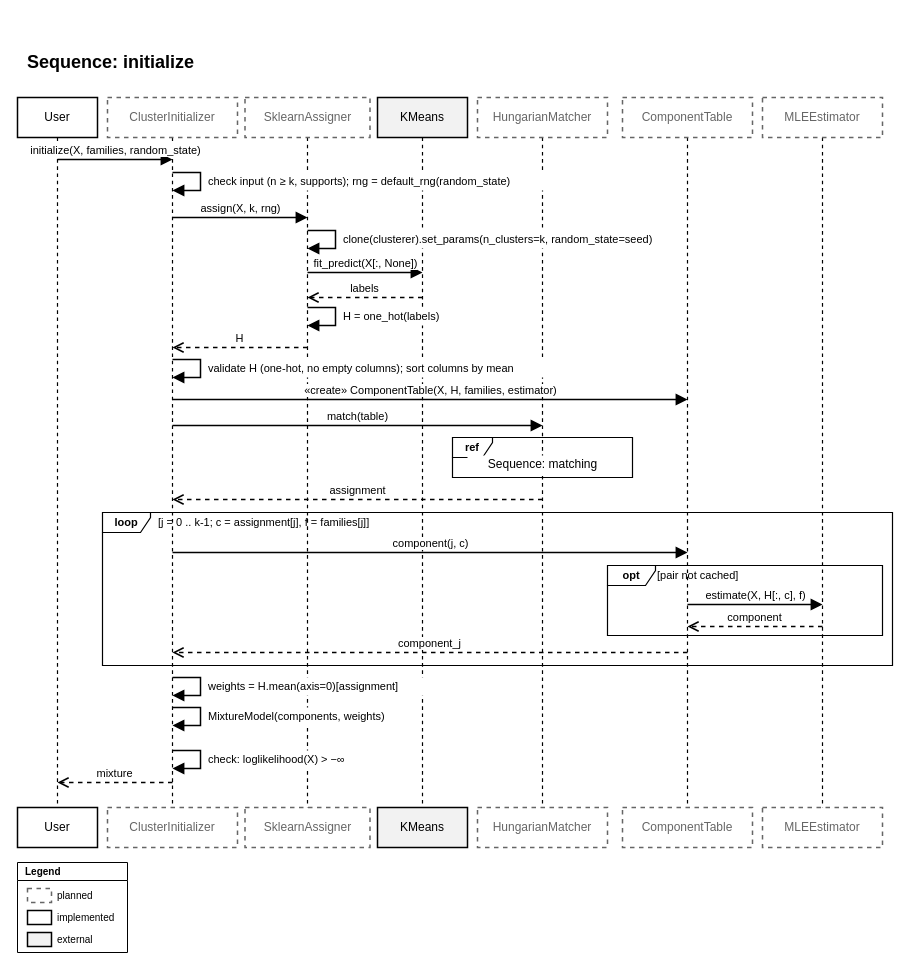
The draw.io diagram page "Sequence: initialize" (2 of 3) of docs/source/design/modules/initializers/diagrams/initializers.drawio in PySATL/pysatl-mpest, before the edit. Source tidied: cells renumbered, new cells numbered last; positions are measured from the earlier drawing's top-left corner, leaving out a move shared by most shapes. Both pictures are drawn from the tidied source at 100%, with x=0, y=0 at pixel (17, 47).
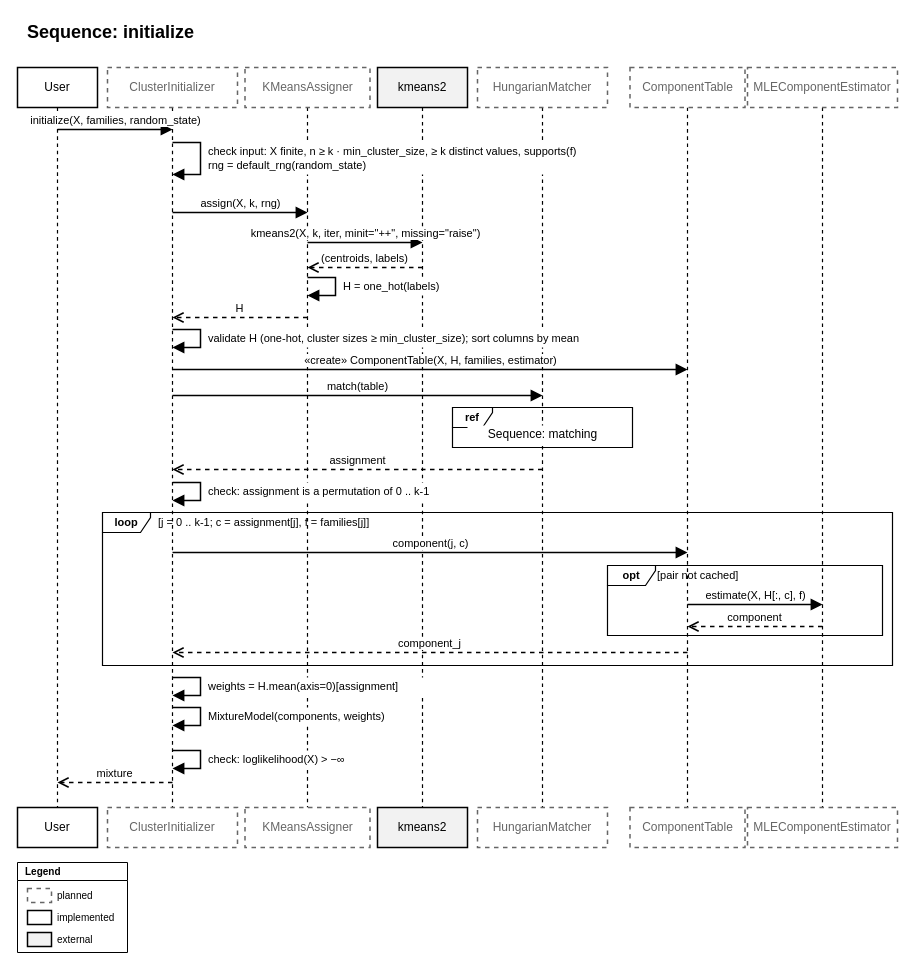
The same diagram, later.

The edit, as a diff of the source:
```diff
@@
     <mxCell id="2" value="Sequence: initialize" style="text;html=1;align=left;verticalAlign=top;whiteSpace=wrap;spacing=0;fontSize=18;fontStyle=1;fontFamily=Helvetica;fontColor=#000000;" parent="1" vertex="1">
-      <mxGeometry x="10" width="860" height="24" as="geometry" />
+      <mxGeometry x="10" y="-30" width="860" height="24" as="geometry" />
     </mxCell>
     <mxCell id="3" style="html=1;rounded=0;dashed=1;endArrow=none;strokeColor=#000000;strokeWidth=1.2;" parent="1" edge="1">
       <mxGeometry relative="1" as="geometry">
-        <mxPoint x="40" y="90" as="sourcePoint" />
+        <mxPoint x="40" y="60" as="sourcePoint" />
         <mxPoint x="40" y="760" as="targetPoint" />
       </mxGeometry>
     </mxCell>
     <mxCell id="4" value="User" style="rounded=0;whiteSpace=wrap;html=1;fillColor=#ffffff;strokeColor=#000000;strokeWidth=1.5;fontSize=12;fontFamily=Helvetica;fontColor=#000000;" parent="1" vertex="1">
-      <mxGeometry y="50" width="80" height="40" as="geometry" />
+      <mxGeometry y="20" width="80" height="40" as="geometry" />
     </mxCell>
@@
     <mxCell id="6" style="html=1;rounded=0;dashed=1;endArrow=none;strokeColor=#000000;strokeWidth=1.2;" parent="1" edge="1">
       <mxGeometry relative="1" as="geometry">
-        <mxPoint x="155" y="90" as="sourcePoint" />
+        <mxPoint x="155" y="60" as="sourcePoint" />
         <mxPoint x="155" y="760" as="targetPoint" />
       </mxGeometry>
     </mxCell>
     <mxCell id="7" value="ClusterInitializer" style="rounded=0;whiteSpace=wrap;html=1;fillColor=#ffffff;strokeColor=#666666;strokeWidth=1.5;fontSize=12;fontFamily=Helvetica;fontColor=#666666;dashed=1;" parent="1" vertex="1">
-      <mxGeometry x="90" y="50" width="130" height="40" as="geometry" />
+      <mxGeometry x="90" y="20" width="130" height="40" as="geometry" />
     </mxCell>
@@
     <mxCell id="9" style="html=1;rounded=0;dashed=1;endArrow=none;strokeColor=#000000;strokeWidth=1.2;" parent="1" edge="1">
       <mxGeometry relative="1" as="geometry">
-        <mxPoint x="290" y="90" as="sourcePoint" />
+        <mxPoint x="290" y="60" as="sourcePoint" />
         <mxPoint x="290" y="760" as="targetPoint" />
       </mxGeometry>
     </mxCell>
-    <mxCell id="10" value="SklearnAssigner" style="rounded=0;whiteSpace=wrap;html=1;fillColor=#ffffff;strokeColor=#666666;strokeWidth=1.5;fontSize=12;fontFamily=Helvetica;fontColor=#666666;dashed=1;" parent="1" vertex="1">
-      <mxGeometry x="227.5" y="50" width="125" height="40" as="geometry" />
+    <mxCell id="10" value="KMeansAssigner" style="rounded=0;whiteSpace=wrap;html=1;fillColor=#ffffff;strokeColor=#666666;strokeWidth=1.5;fontSize=12;fontFamily=Helvetica;fontColor=#666666;dashed=1;" parent="1" vertex="1">
+      <mxGeometry x="227.5" y="20" width="125" height="40" as="geometry" />
     </mxCell>
-    <mxCell id="11" value="SklearnAssigner" style="rounded=0;whiteSpace=wrap;html=1;fillColor=#ffffff;strokeColor=#666666;strokeWidth=1.5;fontSize=12;fontFamily=Helvetica;fontColor=#666666;dashed=1;" parent="1" vertex="1">
+    <mxCell id="11" value="KMeansAssigner" style="rounded=0;whiteSpace=wrap;html=1;fillColor=#ffffff;strokeColor=#666666;strokeWidth=1.5;fontSize=12;fontFamily=Helvetica;fontColor=#666666;dashed=1;" parent="1" vertex="1">
       <mxGeometry x="227.5" y="760" width="125" height="40" as="geometry" />
     </mxCell>
     <mxCell id="12" style="html=1;rounded=0;dashed=1;endArrow=none;strokeColor=#000000;strokeWidth=1.2;" parent="1" edge="1">
       <mxGeometry relative="1" as="geometry">
-        <mxPoint x="405" y="90" as="sourcePoint" />
+        <mxPoint x="405" y="60" as="sourcePoint" />
         <mxPoint x="405" y="760" as="targetPoint" />
       </mxGeometry>
     </mxCell>
-    <mxCell id="13" value="KMeans" style="rounded=0;whiteSpace=wrap;html=1;fillColor=#F2F2F2;strokeColor=#000000;strokeWidth=1.5;fontSize=12;fontFamily=Helvetica;fontColor=#000000;" parent="1" vertex="1">
-      <mxGeometry x="360" y="50" width="90" height="40" as="geometry" />
+    <mxCell id="13" value="kmeans2" style="rounded=0;whiteSpace=wrap;html=1;fillColor=#F2F2F2;strokeColor=#000000;strokeWidth=1.5;fontSize=12;fontFamily=Helvetica;fontColor=#000000;" parent="1" vertex="1">
+      <mxGeometry x="360" y="20" width="90" height="40" as="geometry" />
     </mxCell>
-    <mxCell id="14" value="KMeans" style="rounded=0;whiteSpace=wrap;html=1;fillColor=#F2F2F2;strokeColor=#000000;strokeWidth=1.5;fontSize=12;fontFamily=Helvetica;fontColor=#000000;" parent="1" vertex="1">
+    <mxCell id="14" value="kmeans2" style="rounded=0;whiteSpace=wrap;html=1;fillColor=#F2F2F2;strokeColor=#000000;strokeWidth=1.5;fontSize=12;fontFamily=Helvetica;fontColor=#000000;" parent="1" vertex="1">
       <mxGeometry x="360" y="760" width="90" height="40" as="geometry" />
     </mxCell>
     <mxCell id="15" style="html=1;rounded=0;dashed=1;endArrow=none;strokeColor=#000000;strokeWidth=1.2;" parent="1" edge="1">
       <mxGeometry relative="1" as="geometry">
-        <mxPoint x="525" y="90" as="sourcePoint" />
+        <mxPoint x="525" y="60" as="sourcePoint" />
         <mxPoint x="525" y="760" as="targetPoint" />
       </mxGeometry>
     </mxCell>
     <mxCell id="16" value="HungarianMatcher" style="rounded=0;whiteSpace=wrap;html=1;fillColor=#ffffff;strokeColor=#666666;strokeWidth=1.5;fontSize=12;fontFamily=Helvetica;fontColor=#666666;dashed=1;" parent="1" vertex="1">
-      <mxGeometry x="460" y="50" width="130" height="40" as="geometry" />
+      <mxGeometry x="460" y="20" width="130" height="40" as="geometry" />
     </mxCell>
@@
     <mxCell id="18" style="html=1;rounded=0;dashed=1;endArrow=none;strokeColor=#000000;strokeWidth=1.2;" parent="1" edge="1">
       <mxGeometry relative="1" as="geometry">
-        <mxPoint x="670" y="90" as="sourcePoint" />
+        <mxPoint x="670" y="60" as="sourcePoint" />
         <mxPoint x="670" y="760" as="targetPoint" />
       </mxGeometry>
     </mxCell>
     <mxCell id="19" value="ComponentTable" style="rounded=0;whiteSpace=wrap;html=1;fillColor=#ffffff;strokeColor=#666666;strokeWidth=1.5;fontSize=12;fontFamily=Helvetica;fontColor=#666666;dashed=1;" parent="1" vertex="1">
-      <mxGeometry x="605" y="50" width="130" height="40" as="geometry" />
+      <mxGeometry x="612.5" y="20" width="115" height="40" as="geometry" />
     </mxCell>
     <mxCell id="20" value="ComponentTable" style="rounded=0;whiteSpace=wrap;html=1;fillColor=#ffffff;strokeColor=#666666;strokeWidth=1.5;fontSize=12;fontFamily=Helvetica;fontColor=#666666;dashed=1;" parent="1" vertex="1">
-      <mxGeometry x="605" y="760" width="130" height="40" as="geometry" />
+      <mxGeometry x="612.5" y="760" width="115" height="40" as="geometry" />
     </mxCell>
     <mxCell id="21" value="initialize(X, families, random_state)" style="endArrow=block;endFill=1;html=1;rounded=0;endSize=8;strokeColor=#000000;strokeWidth=1.5;fontSize=11;verticalAlign=bottom;labelBackgroundColor=#ffffff;fontFamily=Helvetica;fontColor=#000000;" parent="1" edge="1">
       <mxGeometry relative="1" as="geometry">
-        <mxPoint x="40" y="112" as="sourcePoint" />
-        <mxPoint x="155" y="112" as="targetPoint" />
+        <mxPoint x="40" y="82" as="sourcePoint" />
+        <mxPoint x="155" y="82" as="targetPoint" />
       </mxGeometry>
     </mxCell>
     <mxCell id="22" value="assign(X, k, rng)" style="endArrow=block;endFill=1;html=1;rounded=0;endSize=8;strokeColor=#000000;strokeWidth=1.5;fontSize=11;verticalAlign=bottom;labelBackgroundColor=#ffffff;fontFamily=Helvetica;fontColor=#000000;" parent="1" edge="1">
       <mxGeometry relative="1" as="geometry">
-        <mxPoint x="155" y="170" as="sourcePoint" />
-        <mxPoint x="290" y="170" as="targetPoint" />
+        <mxPoint x="155" y="165" as="sourcePoint" />
+        <mxPoint x="290" y="165" as="targetPoint" />
       </mxGeometry>
     </mxCell>
-    <mxCell id="23" value="fit_predict(X[:, None])" style="endArrow=block;endFill=1;html=1;rounded=0;endSize=8;strokeColor=#000000;strokeWidth=1.5;fontSize=11;verticalAlign=bottom;labelBackgroundColor=#ffffff;fontFamily=Helvetica;fontColor=#000000;" parent="1" edge="1">
+    <mxCell id="23" value="kmeans2(X, k, iter, minit=&quot;++&quot;, missing=&quot;raise&quot;)" style="endArrow=block;endFill=1;html=1;rounded=0;endSize=8;strokeColor=#000000;strokeWidth=1.5;fontSize=11;verticalAlign=bottom;labelBackgroundColor=#ffffff;fontFamily=Helvetica;fontColor=#000000;" parent="1" edge="1">
       <mxGeometry relative="1" as="geometry">
-        <mxPoint x="290" y="225" as="sourcePoint" />
-        <mxPoint x="405" y="225" as="targetPoint" />
+        <mxPoint x="290" y="195" as="sourcePoint" />
+        <mxPoint x="405" y="195" as="targetPoint" />
       </mxGeometry>
     </mxCell>
-    <mxCell id="24" value="labels" style="dashed=1;endArrow=open;endFill=0;html=1;rounded=0;endSize=8;strokeColor=#000000;strokeWidth=1.5;fontSize=11;verticalAlign=bottom;labelBackgroundColor=#ffffff;fontFamily=Helvetica;fontColor=#000000;" parent="1" edge="1">
+    <mxCell id="24" value="(centroids, labels)" style="dashed=1;endArrow=open;endFill=0;html=1;rounded=0;endSize=8;strokeColor=#000000;strokeWidth=1.5;fontSize=11;verticalAlign=bottom;labelBackgroundColor=#ffffff;fontFamily=Helvetica;fontColor=#000000;" parent="1" edge="1">
       <mxGeometry relative="1" as="geometry">
-        <mxPoint x="405" y="250" as="sourcePoint" />
-        <mxPoint x="290" y="250" as="targetPoint" />
+        <mxPoint x="405" y="220" as="sourcePoint" />
+        <mxPoint x="290" y="220" as="targetPoint" />
       </mxGeometry>
     </mxCell>
     <mxCell id="25" style="endArrow=block;endFill=1;html=1;rounded=0;endSize=8;strokeColor=#000000;strokeWidth=1.5;fontSize=11;labelBackgroundColor=#ffffff;fontFamily=Helvetica;fontColor=#000000;" parent="1" edge="1">
       <mxGeometry relative="1" as="geometry">
-        <mxPoint x="290" y="260" as="sourcePoint" />
-        <mxPoint x="290" y="278" as="targetPoint" />
+        <mxPoint x="290" y="230" as="sourcePoint" />
+        <mxPoint x="290" y="248" as="targetPoint" />
         <Array as="points">
-          <mxPoint x="318" y="260" />
-          <mxPoint x="318" y="278" />
+          <mxPoint x="318" y="230" />
+          <mxPoint x="318" y="248" />
         </Array>
       </mxGeometry>
     </mxCell>
     <mxCell id="26" value="H = one_hot(labels)" style="text;html=1;align=left;verticalAlign=middle;spacing=0;spacingLeft=2;spacingRight=2;fontSize=11;fillColor=#ffffff;fontFamily=Helvetica;fontColor=#000000;" parent="1" vertex="1">
-      <mxGeometry x="324" y="260" width="130" height="18" as="geometry" />
+      <mxGeometry x="324" y="230" width="130" height="18" as="geometry" />
     </mxCell>
     <mxCell id="27" value="H" style="dashed=1;endArrow=open;endFill=0;html=1;rounded=0;endSize=8;strokeColor=#000000;strokeWidth=1.5;fontSize=11;verticalAlign=bottom;labelBackgroundColor=#ffffff;fontFamily=Helvetica;fontColor=#000000;" parent="1" edge="1">
       <mxGeometry relative="1" as="geometry">
-        <mxPoint x="290" y="300" as="sourcePoint" />
-        <mxPoint x="155" y="300" as="targetPoint" />
+        <mxPoint x="290" y="270" as="sourcePoint" />
+        <mxPoint x="155" y="270" as="targetPoint" />
       </mxGeometry>
     </mxCell>
     <mxCell id="28" style="endArrow=block;endFill=1;html=1;rounded=0;endSize=8;strokeColor=#000000;strokeWidth=1.5;fontSize=11;labelBackgroundColor=#ffffff;fontFamily=Helvetica;fontColor=#000000;" parent="1" edge="1">
       <mxGeometry relative="1" as="geometry">
-        <mxPoint x="155" y="312" as="sourcePoint" />
-        <mxPoint x="155" y="330" as="targetPoint" />
+        <mxPoint x="155" y="282" as="sourcePoint" />
+        <mxPoint x="155" y="300" as="targetPoint" />
         <Array as="points">
-          <mxPoint x="183" y="312" />
-          <mxPoint x="183" y="330" />
+          <mxPoint x="183" y="282" />
+          <mxPoint x="183" y="300" />
         </Array>
       </mxGeometry>
     </mxCell>
-    <mxCell id="29" value="validate H (one-hot, no empty columns); sort columns by mean" style="text;html=1;align=left;verticalAlign=middle;spacing=0;spacingLeft=2;spacingRight=2;fontSize=11;fillColor=#ffffff;fontFamily=Helvetica;fontColor=#000000;" parent="1" vertex="1">
-      <mxGeometry x="189" y="312" width="370" height="18" as="geometry" />
+    <mxCell id="29" value="validate H (one-hot, cluster sizes ≥ min_cluster_size); sort columns by mean" style="text;html=1;align=left;verticalAlign=middle;spacing=0;spacingLeft=2;spacingRight=2;fontSize=11;fillColor=#ffffff;fontFamily=Helvetica;fontColor=#000000;" parent="1" vertex="1">
+      <mxGeometry x="189" y="282" width="440" height="18" as="geometry" />
     </mxCell>
     <mxCell id="30" value="match(table)" style="endArrow=block;endFill=1;html=1;rounded=0;endSize=8;strokeColor=#000000;strokeWidth=1.5;fontSize=11;verticalAlign=bottom;labelBackgroundColor=#ffffff;fontFamily=Helvetica;fontColor=#000000;" parent="1" edge="1">
       <mxGeometry relative="1" as="geometry">
-        <mxPoint x="155" y="378" as="sourcePoint" />
-        <mxPoint x="525" y="378" as="targetPoint" />
+        <mxPoint x="155" y="348" as="sourcePoint" />
+        <mxPoint x="525" y="348" as="targetPoint" />
       </mxGeometry>
     </mxCell>
     <mxCell id="31" value="ref" style="shape=umlFrame;whiteSpace=wrap;html=1;fillColor=none;strokeColor=#000000;strokeWidth=1.2;fontSize=11;fontStyle=1;width=40;height=20;fontFamily=Helvetica;fontColor=#000000;" parent="1" vertex="1">
-      <mxGeometry x="435" y="390" width="180" height="40" as="geometry" />
+      <mxGeometry x="435" y="360" width="180" height="40" as="geometry" />
     </mxCell>
     <mxCell id="32" value="Sequence: matching" style="text;html=1;align=center;verticalAlign=middle;spacing=0;fontSize=12;fillColor=#ffffff;fontFamily=Helvetica;fontColor=#000000;" parent="1" vertex="1">
-      <mxGeometry x="450" y="408" width="150" height="18" as="geometry" />
+      <mxGeometry x="450" y="378" width="150" height="18" as="geometry" />
     </mxCell>
     <mxCell id="33" value="assignment" style="dashed=1;endArrow=open;endFill=0;html=1;rounded=0;endSize=8;strokeColor=#000000;strokeWidth=1.5;fontSize=11;verticalAlign=bottom;labelBackgroundColor=#ffffff;fontFamily=Helvetica;fontColor=#000000;" parent="1" edge="1">
       <mxGeometry relative="1" as="geometry">
-        <mxPoint x="525" y="452" as="sourcePoint" />
-        <mxPoint x="155" y="452" as="targetPoint" />
+        <mxPoint x="525" y="422" as="sourcePoint" />
+        <mxPoint x="155" y="422" as="targetPoint" />
       </mxGeometry>
     </mxCell>
+    <mxCell id="64" style="endArrow=block;endFill=1;html=1;rounded=0;endSize=8;strokeColor=#000000;strokeWidth=1.5;fontSize=11;labelBackgroundColor=#ffffff;fontFamily=Helvetica;fontColor=#000000;" parent="1" edge="1">
+      <mxGeometry relative="1" as="geometry">
+        <mxPoint x="155" y="435" as="sourcePoint" />
+        <mxPoint x="155" y="453" as="targetPoint" />
+        <Array as="points">
+          <mxPoint x="183" y="435" />
+          <mxPoint x="183" y="453" />
+        </Array>
+      </mxGeometry>
+    </mxCell>
+    <mxCell id="65" value="check: assignment is a permutation of 0 .. k-1" style="text;html=1;align=left;verticalAlign=middle;spacing=0;spacingLeft=2;spacingRight=2;fontSize=11;fillColor=#ffffff;fontFamily=Helvetica;fontColor=#000000;" parent="1" vertex="1">
+      <mxGeometry x="189" y="435" width="260" height="18" as="geometry" />
+    </mxCell>
@@
     <mxCell id="50" value="«create» ComponentTable(X, H, families, estimator)" style="endArrow=block;endFill=1;html=1;rounded=0;endSize=8;strokeColor=#000000;strokeWidth=1.5;fontSize=11;verticalAlign=bottom;labelBackgroundColor=#ffffff;fontFamily=Helvetica;fontColor=#000000;" parent="1" edge="1">
       <mxGeometry relative="1" as="geometry">
-        <mxPoint x="155" y="352" as="sourcePoint" />
-        <mxPoint x="670" y="352" as="targetPoint" />
+        <mxPoint x="155" y="322" as="sourcePoint" />
+        <mxPoint x="670" y="322" as="targetPoint" />
       </mxGeometry>
     </mxCell>
     <mxCell id="51" style="html=1;rounded=0;dashed=1;endArrow=none;strokeColor=#000000;strokeWidth=1.2;" parent="1" edge="1">
       <mxGeometry relative="1" as="geometry">
-        <mxPoint x="805" y="90" as="sourcePoint" />
+        <mxPoint x="805" y="60" as="sourcePoint" />
         <mxPoint x="805" y="760" as="targetPoint" />
       </mxGeometry>
     </mxCell>
-    <mxCell id="52" value="MLEEstimator" style="rounded=0;whiteSpace=wrap;html=1;fillColor=#ffffff;strokeColor=#666666;strokeWidth=1.5;fontSize=12;fontFamily=Helvetica;fontColor=#666666;dashed=1;" parent="1" vertex="1">
-      <mxGeometry x="745" y="50" width="120" height="40" as="geometry" />
+    <mxCell id="52" value="MLEComponentEstimator" style="rounded=0;whiteSpace=wrap;html=1;fillColor=#ffffff;strokeColor=#666666;strokeWidth=1.5;fontSize=12;fontFamily=Helvetica;fontColor=#666666;dashed=1;" parent="1" vertex="1">
+      <mxGeometry x="730" y="20" width="150" height="40" as="geometry" />
     </mxCell>
-    <mxCell id="53" value="MLEEstimator" style="rounded=0;whiteSpace=wrap;html=1;fillColor=#ffffff;strokeColor=#666666;strokeWidth=1.5;fontSize=12;fontFamily=Helvetica;fontColor=#666666;dashed=1;" parent="1" vertex="1">
-      <mxGeometry x="745" y="760" width="120" height="40" as="geometry" />
+    <mxCell id="53" value="MLEComponentEstimator" style="rounded=0;whiteSpace=wrap;html=1;fillColor=#ffffff;strokeColor=#666666;strokeWidth=1.5;fontSize=12;fontFamily=Helvetica;fontColor=#666666;dashed=1;" parent="1" vertex="1">
+      <mxGeometry x="730" y="760" width="150" height="40" as="geometry" />
     </mxCell>
@@
     <mxCell id="58" style="endArrow=block;endFill=1;html=1;rounded=0;endSize=8;strokeColor=#000000;strokeWidth=1.5;fontSize=11;labelBackgroundColor=#ffffff;fontFamily=Helvetica;fontColor=#000000;" parent="1" edge="1">
       <mxGeometry relative="1" as="geometry">
-        <mxPoint x="155" y="125" as="sourcePoint" />
-        <mxPoint x="155" y="143" as="targetPoint" />
+        <mxPoint x="155" y="95" as="sourcePoint" />
+        <mxPoint x="155" y="127" as="targetPoint" />
         <Array as="points">
-          <mxPoint x="183" y="125" />
-          <mxPoint x="183" y="143" />
+          <mxPoint x="183" y="95" />
+          <mxPoint x="183" y="127" />
         </Array>
       </mxGeometry>
     </mxCell>
-    <mxCell id="59" value="check input (n ≥ k, supports); rng = default_rng(random_state)" style="text;html=1;align=left;verticalAlign=middle;spacing=0;spacingLeft=2;spacingRight=2;fontSize=11;fillColor=#ffffff;fontFamily=Helvetica;fontColor=#000000;" parent="1" vertex="1">
-      <mxGeometry x="189" y="125" width="360" height="18" as="geometry" />
+    <mxCell id="59" value="check input: X finite, n ≥ k · min_cluster_size, ≥ k distinct values, supports(f)&lt;br&gt;rng = default_rng(random_state)" style="text;html=1;align=left;verticalAlign=middle;spacing=0;spacingLeft=2;spacingRight=2;fontSize=11;fillColor=#ffffff;fontFamily=Helvetica;fontColor=#000000;" parent="1" vertex="1">
+      <mxGeometry x="189" y="95" width="480" height="32" as="geometry" />
     </mxCell>
@@
-    <mxCell id="62" style="endArrow=block;endFill=1;html=1;rounded=0;endSize=8;strokeColor=#000000;strokeWidth=1.5;fontSize=11;labelBackgroundColor=#ffffff;fontFamily=Helvetica;fontColor=#000000;" parent="1" edge="1">
-      <mxGeometry relative="1" as="geometry">
-        <mxPoint x="290" y="183" as="sourcePoint" />
-        <mxPoint x="290" y="201" as="targetPoint" />
-        <Array as="points">
-          <mxPoint x="318" y="183" />
-          <mxPoint x="318" y="201" />
-        </Array>
-      </mxGeometry>
-    </mxCell>
-    <mxCell id="63" value="clone(clusterer).set_params(n_clusters=k, random_state=seed)" style="text;html=1;align=left;verticalAlign=middle;spacing=0;spacingLeft=2;spacingRight=2;fontSize=11;fillColor=#ffffff;fontFamily=Helvetica;fontColor=#000000;" parent="1" vertex="1">
-      <mxGeometry x="324" y="183" width="340" height="18" as="geometry" />
-    </mxCell>
```
